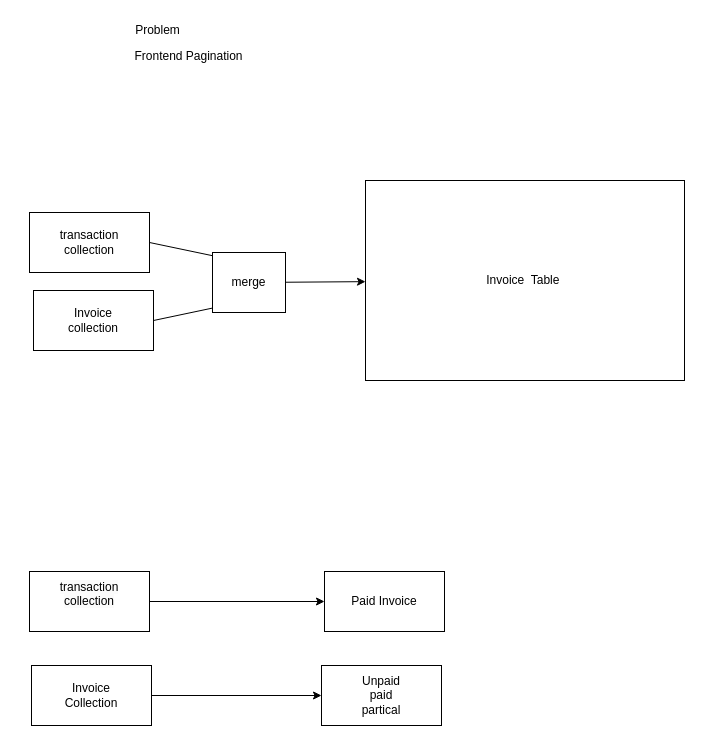
mamun4023/diagrams keeps this draw.io diagram as Invoice data.drawio. Above is the earlier version. Source tidied: cells renumbered, new cells numbered last; positions are measured from the earlier drawing's top-left corner, leaving out a move shared by most shapes. Both pictures are drawn from the tidied source at 100%, with x=0, y=0 at pixel (29, 17).
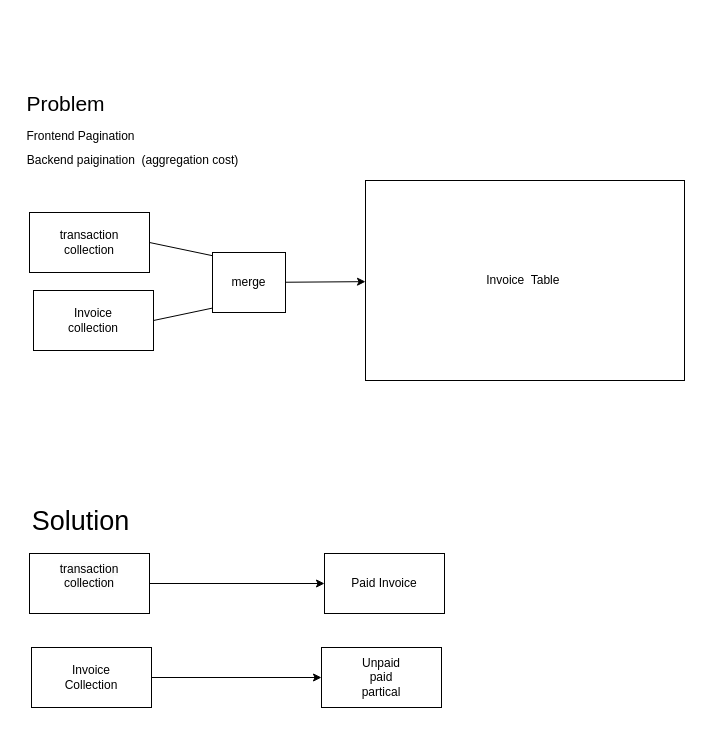
The same page after the edit.

Diff of the diagram source:
```diff
@@
-    <mxCell id="9" value="Problem" style="text;html=1;align=center;verticalAlign=middle;strokeColor=none;fillColor=none;" parent="1" vertex="1">
-      <mxGeometry x="96" width="63" height="26" as="geometry" />
+    <mxCell id="9" value="&lt;font style=&quot;font-size: 21px;&quot;&gt;Problem&lt;/font&gt;" style="text;html=1;align=center;verticalAlign=middle;strokeColor=none;fillColor=none;" parent="1" vertex="1">
+      <mxGeometry x="-12" y="67" width="96" height="37" as="geometry" />
     </mxCell>
     <mxCell id="10" value="Frontend Pagination" style="text;html=1;align=center;verticalAlign=middle;strokeColor=none;fillColor=none;" parent="1" vertex="1">
-      <mxGeometry x="96" y="26" width="126" height="26" as="geometry" />
+      <mxGeometry x="-12" y="106" width="126" height="26" as="geometry" />
     </mxCell>
@@
     <mxCell id="12" value="&#10;&lt;span style=&quot;color: rgb(0, 0, 0); font-family: Helvetica; font-size: 12px; font-style: normal; font-variant-ligatures: normal; font-variant-caps: normal; font-weight: 400; letter-spacing: normal; orphans: 2; text-align: center; text-indent: 0px; text-transform: none; widows: 2; word-spacing: 0px; -webkit-text-stroke-width: 0px; background-color: rgb(251, 251, 251); text-decoration-thickness: initial; text-decoration-style: initial; text-decoration-color: initial; float: none; display: inline !important;&quot;&gt;transaction&lt;/span&gt;&lt;br style=&quot;border-color: var(--border-color); color: rgb(0, 0, 0); font-family: Helvetica; font-size: 12px; font-style: normal; font-variant-ligatures: normal; font-variant-caps: normal; font-weight: 400; letter-spacing: normal; orphans: 2; text-align: center; text-indent: 0px; text-transform: none; widows: 2; word-spacing: 0px; -webkit-text-stroke-width: 0px; background-color: rgb(251, 251, 251); text-decoration-thickness: initial; text-decoration-style: initial; text-decoration-color: initial;&quot;&gt;&lt;span style=&quot;color: rgb(0, 0, 0); font-family: Helvetica; font-size: 12px; font-style: normal; font-variant-ligatures: normal; font-variant-caps: normal; font-weight: 400; letter-spacing: normal; orphans: 2; text-align: center; text-indent: 0px; text-transform: none; widows: 2; word-spacing: 0px; -webkit-text-stroke-width: 0px; background-color: rgb(251, 251, 251); text-decoration-thickness: initial; text-decoration-style: initial; text-decoration-color: initial; float: none; display: inline !important;&quot;&gt;collection&lt;/span&gt;&#10;&#10;" style="rounded=0;whiteSpace=wrap;html=1;" parent="1" vertex="1">
-      <mxGeometry y="554" width="120" height="60" as="geometry" />
+      <mxGeometry y="536" width="120" height="60" as="geometry" />
     </mxCell>
     <mxCell id="13" value="Paid Invoice" style="rounded=0;whiteSpace=wrap;html=1;" parent="1" vertex="1">
-      <mxGeometry x="295" y="554" width="120" height="60" as="geometry" />
+      <mxGeometry x="295" y="536" width="120" height="60" as="geometry" />
     </mxCell>
@@
     <mxCell id="15" value="Invoice&lt;br&gt;Collection" style="rounded=0;whiteSpace=wrap;html=1;" parent="1" vertex="1">
-      <mxGeometry x="2" y="648" width="120" height="60" as="geometry" />
+      <mxGeometry x="2" y="630" width="120" height="60" as="geometry" />
     </mxCell>
     <mxCell id="16" value="Unpaid&lt;br&gt;paid&lt;br&gt;partical" style="rounded=0;whiteSpace=wrap;html=1;" parent="1" vertex="1">
-      <mxGeometry x="292" y="648" width="120" height="60" as="geometry" />
+      <mxGeometry x="292" y="630" width="120" height="60" as="geometry" />
     </mxCell>
+    <mxCell id="17" value="Backend paigination&amp;nbsp; (aggregation cost)" style="text;html=1;align=center;verticalAlign=middle;strokeColor=none;fillColor=none;" parent="1" vertex="1">
+      <mxGeometry x="-12" y="130" width="229" height="26" as="geometry" />
+    </mxCell>
+    <mxCell id="18" value="&lt;font style=&quot;font-size: 27px;&quot;&gt;Solution&lt;/font&gt;" style="text;html=1;align=center;verticalAlign=middle;strokeColor=none;fillColor=none;" parent="1" vertex="1">
+      <mxGeometry x="-7" y="482" width="116" height="44" as="geometry" />
+    </mxCell>
```
